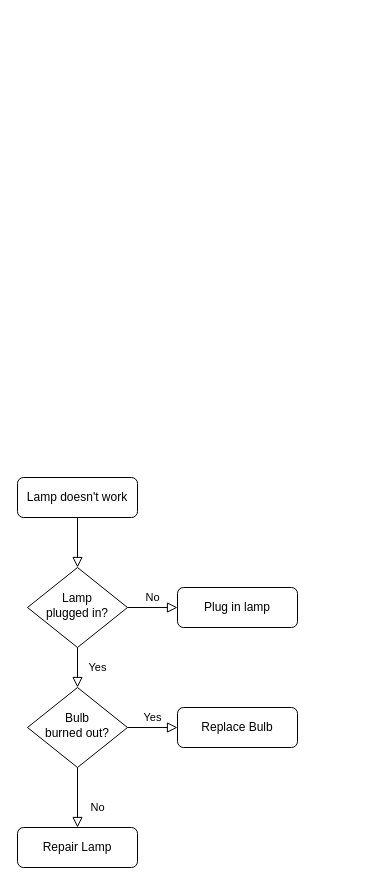
Before: Untitled Diagram.drawio in muzammil0647/Collaborative-Project, a draw.io diagram. Source tidied: cells renumbered, new cells numbered last; positions are measured from the earlier drawing's top-left corner, leaving out a move shared by most shapes. Both pictures are drawn from the tidied source at 100%, with x=0, y=0 at pixel (17, 477).
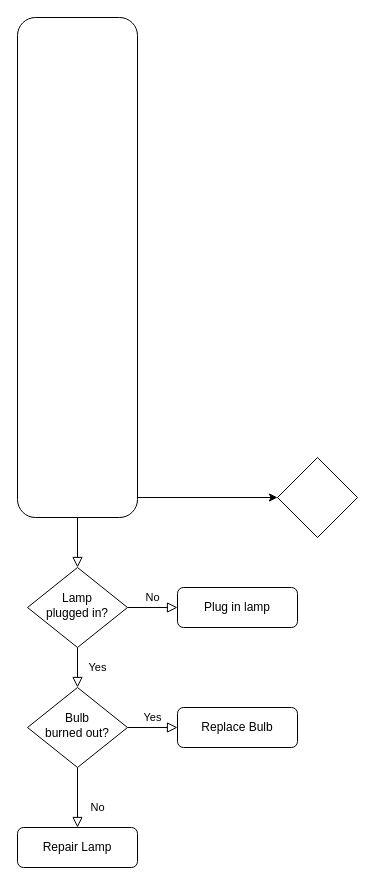
The same page after the edit.

The edit, as a diff of the source:
```diff
@@
 <mxGraphModel>
   <root>
     <mxCell id="0" />
     <mxCell id="1" parent="0" />
     <mxCell id="2" style="rounded=0;html=1;jettySize=auto;fontSize=11;endArrow=block;endFill=0;endSize=8;strokeWidth=1;shadow=0;labelBackgroundColor=none;edgeStyle=orthogonalEdgeStyle;" parent="1" edge="1" source="3" target="6">
       <mxGeometry relative="1" as="geometry" />
     </mxCell>
-    <mxCell id="3" value="Lamp doesn't work" style="rounded=1;whiteSpace=wrap;html=1;fontSize=12;glass=0;strokeWidth=1;shadow=0;" parent="1" vertex="1">
-      <mxGeometry width="120" height="40" as="geometry" />
+    <mxCell id="3" style="rounded=1;whiteSpace=wrap;html=1;fontSize=12;glass=0;strokeWidth=1;shadow=0;" parent="1" vertex="1">
+      <mxGeometry y="-460" width="120" height="500" as="geometry" />
     </mxCell>
     <mxCell id="4" value="Yes" style="rounded=0;html=1;jettySize=auto;fontSize=11;endArrow=block;endFill=0;endSize=8;strokeWidth=1;shadow=0;labelBackgroundColor=none;edgeStyle=orthogonalEdgeStyle;" parent="1" edge="1" source="6" target="10">
       <mxGeometry y="20" relative="1" as="geometry" />
     </mxCell>
     <mxCell id="5" value="No" style="edgeStyle=orthogonalEdgeStyle;rounded=0;html=1;jettySize=auto;fontSize=11;endArrow=block;endFill=0;endSize=8;strokeWidth=1;shadow=0;labelBackgroundColor=none;" parent="1" edge="1" source="6" target="7">
       <mxGeometry y="10" relative="1" as="geometry" />
     </mxCell>
     <mxCell id="6" value="Lamp&lt;br&gt;plugged in?" style="rhombus;whiteSpace=wrap;html=1;shadow=0;fontFamily=Helvetica;fontSize=12;align=center;strokeWidth=1;spacing=6;spacingTop=-4;" parent="1" vertex="1">
       <mxGeometry x="10" y="90" width="100" height="80" as="geometry" />
     </mxCell>
     <mxCell id="7" value="Plug in lamp" style="rounded=1;whiteSpace=wrap;html=1;fontSize=12;glass=0;strokeWidth=1;shadow=0;" parent="1" vertex="1">
       <mxGeometry x="160" y="110" width="120" height="40" as="geometry" />
     </mxCell>
     <mxCell id="8" value="No" style="rounded=0;html=1;jettySize=auto;fontSize=11;endArrow=block;endFill=0;endSize=8;strokeWidth=1;shadow=0;labelBackgroundColor=none;edgeStyle=orthogonalEdgeStyle;" parent="1" edge="1" source="10" target="11">
       <mxGeometry x="0.33" y="20" relative="1" as="geometry" />
     </mxCell>
     <mxCell id="9" value="Yes" style="edgeStyle=orthogonalEdgeStyle;rounded=0;html=1;jettySize=auto;fontSize=11;endArrow=block;endFill=0;endSize=8;strokeWidth=1;shadow=0;labelBackgroundColor=none;" parent="1" edge="1" source="10" target="12">
       <mxGeometry y="10" relative="1" as="geometry" />
     </mxCell>
     <mxCell id="10" value="Bulb&lt;br&gt;burned out?" style="rhombus;whiteSpace=wrap;html=1;shadow=0;fontFamily=Helvetica;fontSize=12;align=center;strokeWidth=1;spacing=6;spacingTop=-4;" parent="1" vertex="1">
       <mxGeometry x="10" y="210" width="100" height="80" as="geometry" />
     </mxCell>
     <mxCell id="11" value="Repair Lamp" style="rounded=1;whiteSpace=wrap;html=1;fontSize=12;glass=0;strokeWidth=1;shadow=0;" parent="1" vertex="1">
       <mxGeometry y="350" width="120" height="40" as="geometry" />
     </mxCell>
     <mxCell id="12" value="Replace Bulb" style="rounded=1;whiteSpace=wrap;html=1;fontSize=12;glass=0;strokeWidth=1;shadow=0;" parent="1" vertex="1">
       <mxGeometry x="160" y="230" width="120" height="40" as="geometry" />
     </mxCell>
+    <mxCell id="13" style="rhombus;whiteSpace=wrap;html=1;" parent="1" vertex="1">
+      <mxGeometry x="260" y="-20" width="80" height="80" as="geometry" />
+    </mxCell>
+    <mxCell id="14" style="endArrow=classic;html=1;rounded=0;entryX=0;entryY=0.5;entryDx=0;entryDy=0;" parent="1" edge="1" target="13">
+      <mxGeometry relative="1" as="geometry">
+        <mxPoint x="120" y="20" as="sourcePoint" />
+      </mxGeometry>
+    </mxCell>
   </root>
 </mxGraphModel>
```
